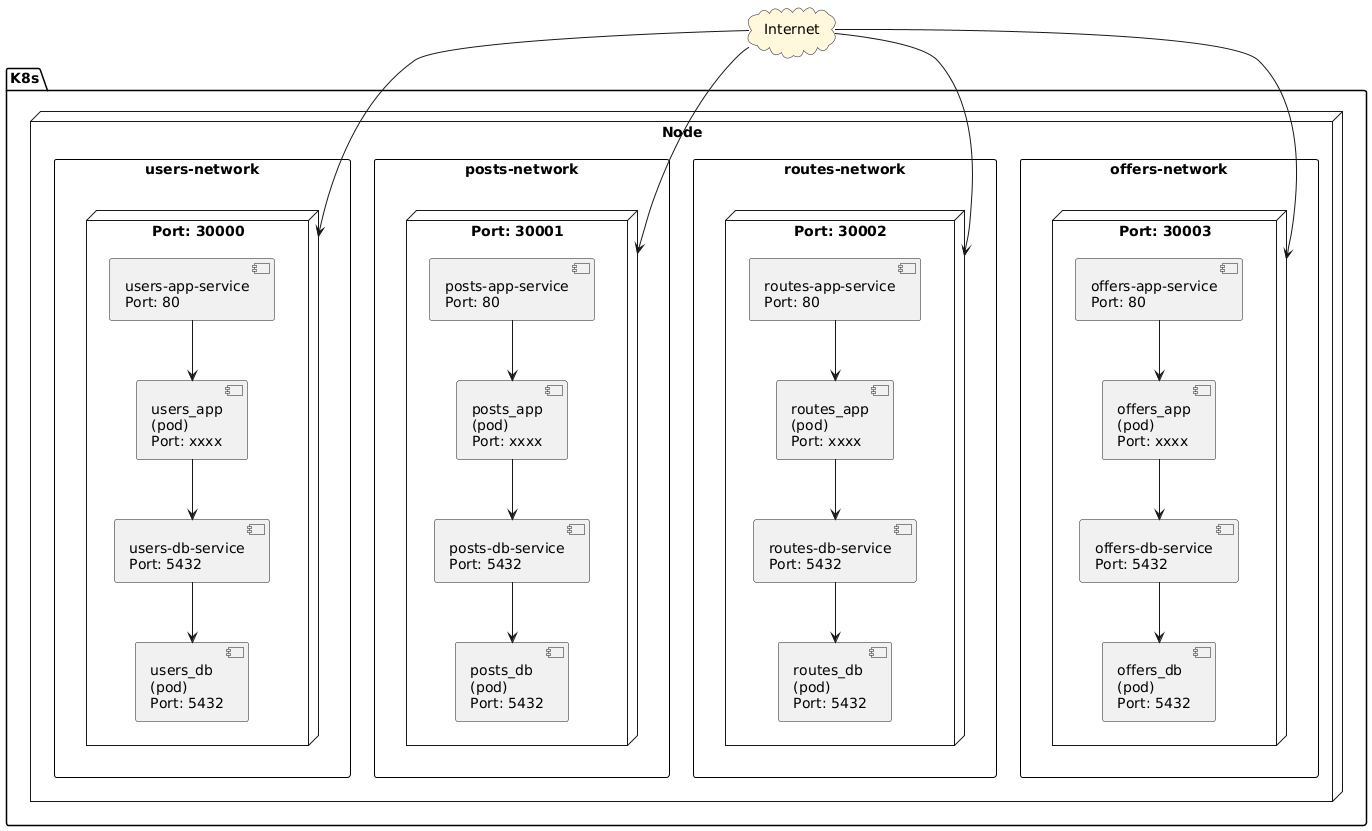
Earlier version of the PlantUML export docs/diagrams/networks.png (EstebanCardenas/MISW4301---Cloud-Native). Its source is kept beside it as docs/diagrams/networks.puml. Source of this version:
```plantuml
@startuml
skinparam shadowing false
skinparam frame {
  BackgroundColor White
  BorderColor Black
}
skinparam cloud {
  BackgroundColor #fff8dc
}

cloud "Internet" as internet

frame "K8s" {
  frame "Node" {

    frame "users-network" {
      frame "Port: 30000" as port30000 {
        component "users-app-service\nPort: 80" as users_app_service
        component "users_app\n(pod)\nPort: xxxx" as users_app
        component "users-db-service\nPort: 5432" as users_db_service
        component "users_db\n(pod)\nPort: 5432" as users_db

        users_app_service --> users_app
        users_app --> users_db_service
        users_db_service --> users_db
      }
    }

    frame "posts-network" {
      frame "Port: 30001" as port30001 {
        component "posts-app-service\nPort: 80" as posts_app_service
        component "posts_app\n(pod)\nPort: xxxx" as posts_app
        component "posts-db-service\nPort: 5432" as posts_db_service
        component "posts_db\n(pod)\nPort: 5432" as posts_db

        posts_app_service --> posts_app
        posts_app --> posts_db_service
        posts_db_service --> posts_db
      }
    }

    frame "routes-network" {
      frame "Port: 30002" as port30002 {
        component "routes-app-service\nPort: 80" as routes_app_service
        component "routes_app\n(pod)\nPort: xxxx" as routes_app
        component "routes-db-service\nPort: 5432" as routes_db_service
        component "routes_db\n(pod)\nPort: 5432" as routes_db

        routes_app_service --> routes_app
        routes_app --> routes_db_service
        routes_db_service --> routes_db
      }
    }

    frame "offers-network" {
      frame "Port: 30003" as port30003 {
        component "offers-app-service\nPort: 80" as offers_app_service
        component "offers_app\n(pod)\nPort: xxxx" as offers_app
        component "offers-db-service\nPort: 5432" as offers_db_service
        component "offers_db\n(pod)\nPort: 5432" as offers_db

        offers_app_service --> offers_app
        offers_app --> offers_db_service
        offers_db_service --> offers_db
      }
    }

  }
}

internet --> port30000
internet --> port30001
internet --> port30002
internet --> port30003
@enduml
```
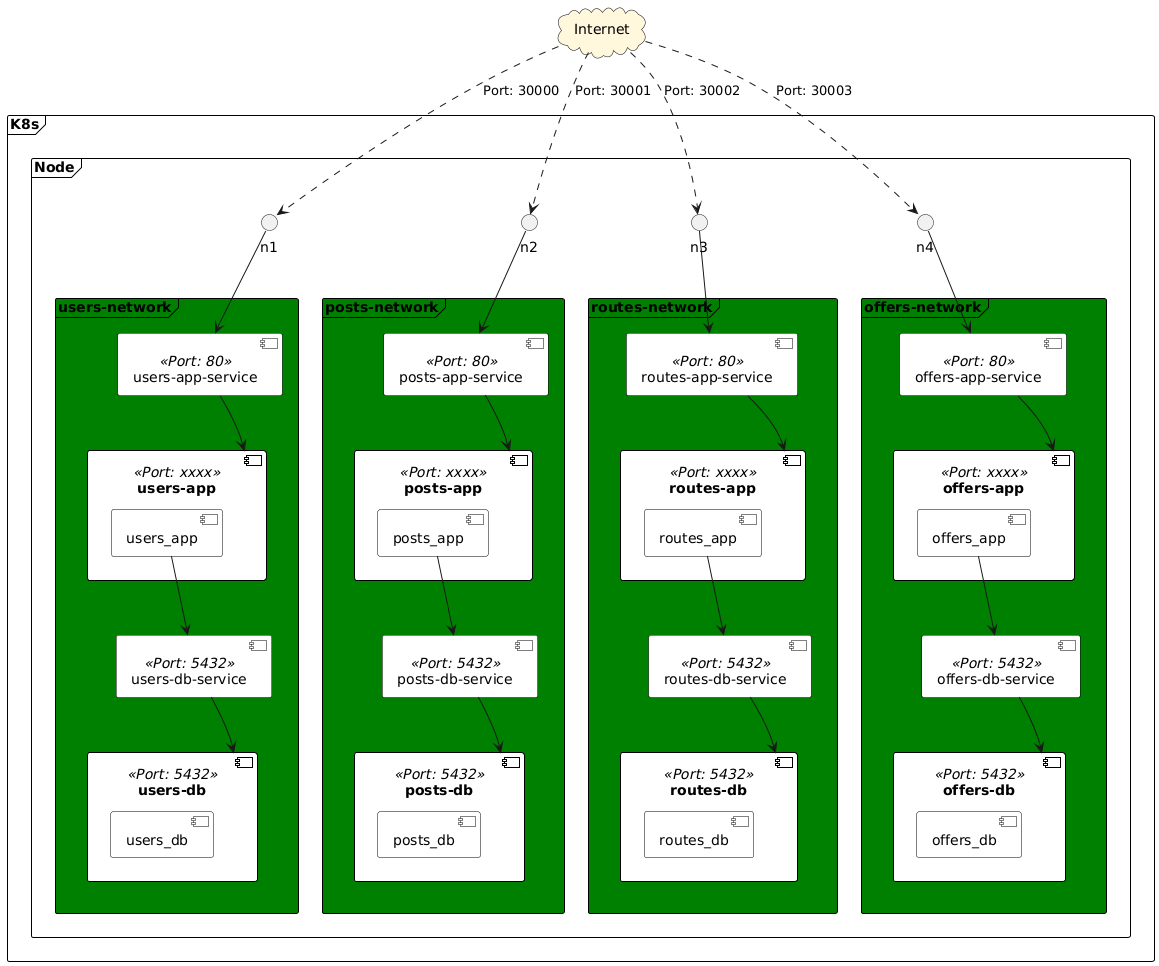
After the commit.

Commit message:
Update networks diagram

Change to the diagram source:
```diff
@@ -1,75 +1,95 @@
 @startuml
 skinparam shadowing false
-skinparam frame {
-  BackgroundColor White
-  BorderColor Black
+skinparam rectangle {
+    BackgroundColor White
+    BorderColor Black
 }
 skinparam cloud {
-  BackgroundColor #fff8dc
+    BackgroundColor #fff8dc
+    BorderColor Black
+}
+skinparam frame {
+    BackgroundColor White
+    BorderColor Black
+}
+skinparam component {
+    BackgroundColor White
+    BorderColor Black
 }
 
 cloud "Internet" as internet
 
 frame "K8s" {
-  frame "Node" {
+    frame "Node" {
+        internet ..> n1 : Port: 30000
+        internet ..> n2 : Port: 30001
+        internet ..> n3 : Port: 30002
+        internet ..> n4 : Port: 30003
 
-    frame "users-network" {
-      frame "Port: 30000" as port30000 {
-        component "users-app-service\nPort: 80" as users_app_service
-        component "users_app\n(pod)\nPort: xxxx" as users_app
-        component "users-db-service\nPort: 5432" as users_db_service
-        component "users_db\n(pod)\nPort: 5432" as users_db
+        frame "users-network" #Green {
+            component "users-app-service" <<Port: 80>> as usersAppService
 
-        users_app_service --> users_app
-        users_app --> users_db_service
-        users_db_service --> users_db
-      }
+            component "users-app" <<Port: xxxx>> as usersAppPod {
+              component "users_app" as usersApp
+            }
+            component "users-db-service" <<Port: 5432>> as usersDbService
+            component "users-db" <<Port: 5432>> as usersDbPod {
+                component "users_db" as usersDb
+            }
+
+            n1 --> usersAppService
+            usersAppService --> usersAppPod
+            usersApp --> usersDbService
+            usersDbService --> usersDbPod
+        }
+
+        frame "posts-network" #Green {
+            component "posts-app-service" <<Port: 80>> as postsAppService
+            component "posts-app" <<Port: xxxx>> as postsAppPod {
+                component "posts_app" as postsApp
+            }
+            component "posts-db-service" <<Port: 5432>> as postsDbService
+            component "posts-db" <<Port: 5432>> as postsDbPod {
+                component "posts_db" as postsDb
+            }
+
+            n2 --> postsAppService
+            postsAppService --> postsAppPod
+            postsApp --> postsDbService
+            postsDbService --> postsDbPod
+        }
+
+        frame "routes-network" #Green {
+            component "routes-app-service" <<Port: 80>> as routesAppService
+            component "routes-app" <<Port: xxxx>> as routesAppPod {
+                component "routes_app" as routesApp
+            }
+            component "routes-db-service" <<Port: 5432>> as routesDbService
+            component "routes-db" <<Port: 5432>> as routesDbPod {
+                component "routes_db" as routesDb
+            }
+
+            n3 --> routesAppService
+            routesAppService --> routesAppPod
+            routesApp --> routesDbService
+            routesDbService --> routesDbPod
+        }
+
+        frame "offers-network" #Green {
+            component "offers-app-service" <<Port: 80>> as offersAppService
+            component "offers-app" <<Port: xxxx>> as offersAppPod {
+                component "offers_app" as offersApp
+            }
+            component "offers-db-service" <<Port: 5432>> as offersDbService
+            component "offers-db" <<Port: 5432>> as offersDbPod {
+                component "offers_db" as offersDb
+            }
+
+            n4 --> offersAppService
+            offersAppService --> offersAppPod
+            offersApp --> offersDbService
+            offersDbService --> offersDbPod
+        }
     }
-
-    frame "posts-network" {
-      frame "Port: 30001" as port30001 {
-        component "posts-app-service\nPort: 80" as posts_app_service
-        component "posts_app\n(pod)\nPort: xxxx" as posts_app
-        component "posts-db-service\nPort: 5432" as posts_db_service
-        component "posts_db\n(pod)\nPort: 5432" as posts_db
-
-        posts_app_service --> posts_app
-        posts_app --> posts_db_service
-        posts_db_service --> posts_db
-      }
-    }
-
-    frame "routes-network" {
-      frame "Port: 30002" as port30002 {
-        component "routes-app-service\nPort: 80" as routes_app_service
-        component "routes_app\n(pod)\nPort: xxxx" as routes_app
-        component "routes-db-service\nPort: 5432" as routes_db_service
-        component "routes_db\n(pod)\nPort: 5432" as routes_db
-
-        routes_app_service --> routes_app
-        routes_app --> routes_db_service
-        routes_db_service --> routes_db
-      }
-    }
-
-    frame "offers-network" {
-      frame "Port: 30003" as port30003 {
-        component "offers-app-service\nPort: 80" as offers_app_service
-        component "offers_app\n(pod)\nPort: xxxx" as offers_app
-        component "offers-db-service\nPort: 5432" as offers_db_service
-        component "offers_db\n(pod)\nPort: 5432" as offers_db
-
-        offers_app_service --> offers_app
-        offers_app --> offers_db_service
-        offers_db_service --> offers_db
-      }
-    }
-
-  }
 }
-
-internet --> port30000
-internet --> port30001
-internet --> port30002
-internet --> port30003
 @enduml
```
